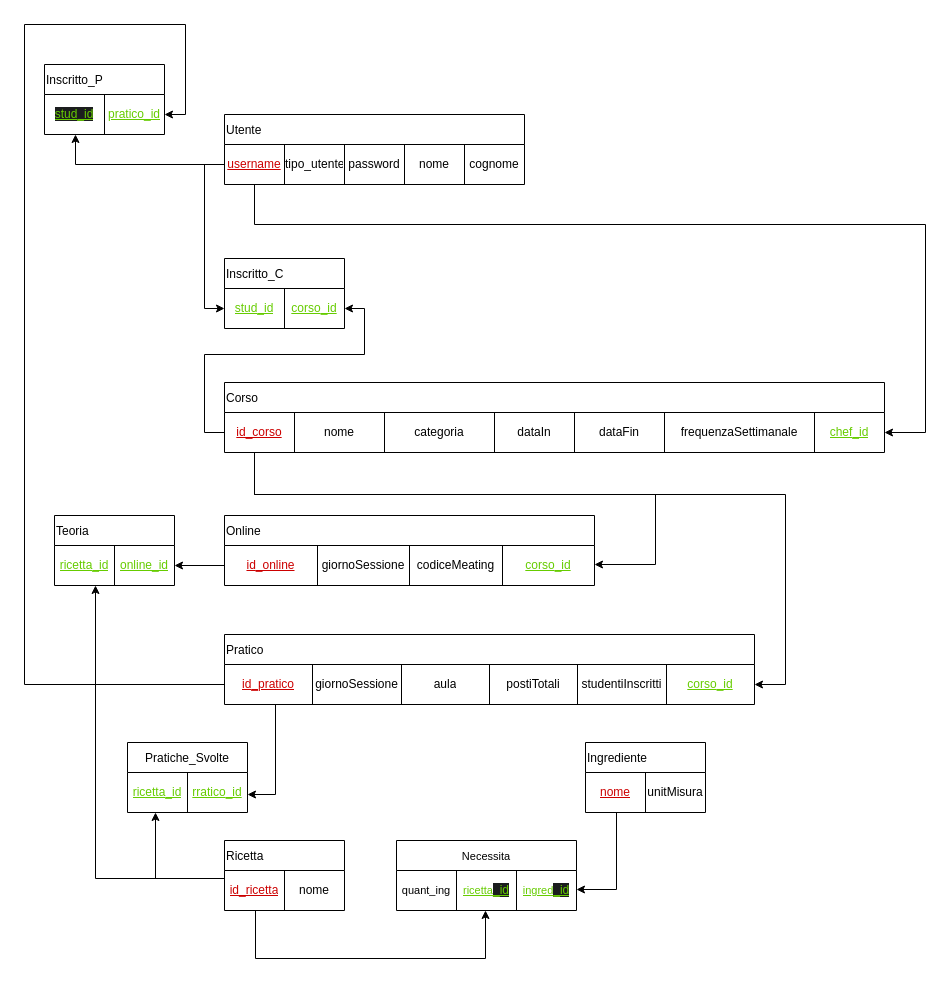
Before: page "Schema logico" (4 of 4) of bdd/uml/UML1.drawio in MetisWastaken/UninaFoodLab, a draw.io diagram. Source tidied: cells renumbered, new cells numbered last; positions are measured from the earlier drawing's top-left corner, leaving out a move shared by most shapes. Both pictures are drawn from the tidied source at 100%, with x=0, y=0 at pixel (24, 24).
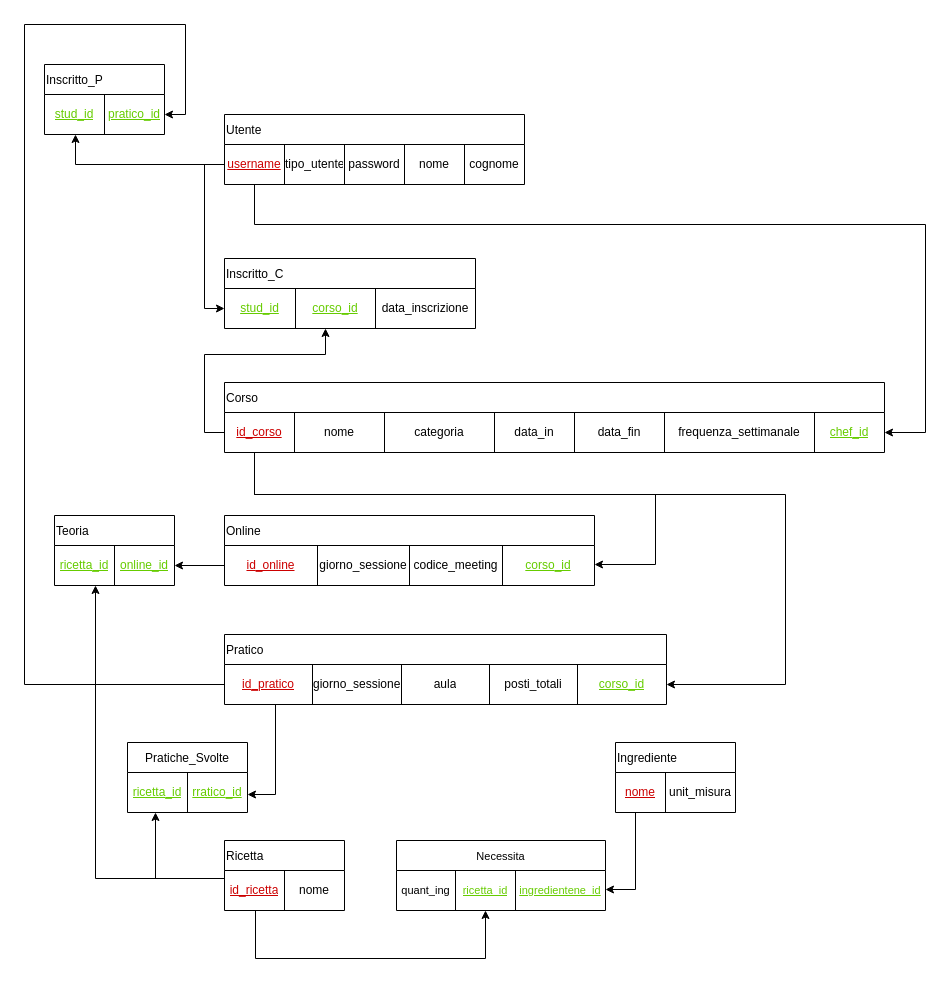
Above is the later version.

The change refers to these unchanged cells:
```xml
<mxCell id="10" style="shape=tableRow;horizontal=0;startSize=0;swimlaneHead=0;swimlaneBody=0;strokeColor=inherit;top=0;left=0;bottom=0;right=0;fillColor=none;points=[[0,0.5],[1,0.5]];portConstraint=eastwest;" parent="9" vertex="1">
  <mxGeometry y="30" width="660" height="40" as="geometry" />
</mxCell>
<mxCell id="23" style="shape=tableRow;horizontal=0;startSize=0;swimlaneHead=0;swimlaneBody=0;strokeColor=inherit;top=0;left=0;bottom=0;right=0;fillColor=none;points=[[0,0.5],[1,0.5]];portConstraint=eastwest;" parent="22" vertex="1">
  <mxGeometry y="30" width="120" height="40" as="geometry" />
</mxCell>
<mxCell id="40" style="shape=tableRow;horizontal=0;startSize=0;swimlaneHead=0;swimlaneBody=0;strokeColor=inherit;top=0;left=0;bottom=0;right=0;fillColor=none;points=[[0,0.5],[1,0.5]];portConstraint=eastwest;" parent="39" vertex="1">
  <mxGeometry y="30" width="370" height="40" as="geometry" />
</mxCell>
<mxCell id="50" style="shape=tableRow;horizontal=0;startSize=0;swimlaneHead=0;swimlaneBody=0;strokeColor=inherit;top=0;left=0;bottom=0;right=0;fillColor=none;points=[[0,0.5],[1,0.5]];portConstraint=eastwest;" parent="49" vertex="1">
  <mxGeometry y="30" width="120" height="40" as="geometry" />
</mxCell>
```

The edit, as a diff of the source:
```diff
@@
-    <mxCell id="14" value="dataIn" style="shape=partialRectangle;html=1;whiteSpace=wrap;strokeColor=inherit;overflow=hidden;fillColor=none;top=0;left=0;bottom=0;right=0;" parent="10" vertex="1">
+    <mxCell id="14" value="data_in" style="shape=partialRectangle;html=1;whiteSpace=wrap;strokeColor=inherit;overflow=hidden;fillColor=none;top=0;left=0;bottom=0;right=0;" parent="10" vertex="1">
       <mxGeometry x="270" width="80" height="40" as="geometry" />
     </mxCell>
-    <mxCell id="15" value="dataFin" style="shape=partialRectangle;html=1;whiteSpace=wrap;strokeColor=inherit;overflow=hidden;fillColor=none;top=0;left=0;bottom=0;right=0;" parent="10" vertex="1">
+    <mxCell id="15" value="data_fin" style="shape=partialRectangle;html=1;whiteSpace=wrap;strokeColor=inherit;overflow=hidden;fillColor=none;top=0;left=0;bottom=0;right=0;" parent="10" vertex="1">
       <mxGeometry x="350" width="90" height="40" as="geometry" />
     </mxCell>
-    <mxCell id="16" value="frequenzaSettimanale" style="shape=partialRectangle;html=1;whiteSpace=wrap;strokeColor=inherit;overflow=hidden;fillColor=none;top=0;left=0;bottom=0;right=0;" parent="10" vertex="1">
+    <mxCell id="16" value="frequenza_settimanale" style="shape=partialRectangle;html=1;whiteSpace=wrap;strokeColor=inherit;overflow=hidden;fillColor=none;top=0;left=0;bottom=0;right=0;" parent="10" vertex="1">
       <mxGeometry x="440" width="150" height="40" as="geometry" />
     </mxCell>
@@
     <mxCell id="18" value="Inscritto_C" style="shape=table;startSize=30;childLayout=tableLayout;align=left;" parent="1" vertex="1">
-      <mxGeometry x="200" y="234" width="120" height="70" as="geometry" />
+      <mxGeometry x="200" y="234" width="251" height="70" as="geometry" />
     </mxCell>
     <mxCell id="19" style="shape=tableRow;horizontal=0;startSize=0;swimlaneHead=0;swimlaneBody=0;strokeColor=inherit;top=0;left=0;bottom=0;right=0;fillColor=none;points=[[0,0.5],[1,0.5]];portConstraint=eastwest;" parent="18" vertex="1">
-      <mxGeometry y="30" width="120" height="40" as="geometry" />
+      <mxGeometry y="30" width="251" height="40" as="geometry" />
     </mxCell>
     <mxCell id="20" value="&lt;font style=&quot;color: rgb(102, 204, 0);&quot;&gt;&lt;u&gt;stud&lt;/u&gt;&lt;/font&gt;&lt;u style=&quot;color: rgb(102, 204, 0);&quot;&gt;_id&lt;/u&gt;" style="shape=partialRectangle;html=1;whiteSpace=wrap;strokeColor=inherit;overflow=hidden;fillColor=none;top=0;left=0;bottom=0;right=0;" parent="19" vertex="1">
-      <mxGeometry width="60" height="40" as="geometry" />
+      <mxGeometry width="71" height="40" as="geometry" />
     </mxCell>
     <mxCell id="21" value="&lt;font style=&quot;color: rgb(102, 204, 0);&quot;&gt;&lt;u&gt;corso&lt;/u&gt;&lt;/font&gt;&lt;u style=&quot;color: rgb(102, 204, 0);&quot;&gt;_id&lt;/u&gt;" style="shape=partialRectangle;html=1;whiteSpace=wrap;strokeColor=inherit;overflow=hidden;fillColor=none;top=0;left=0;bottom=0;right=0;" parent="19" vertex="1">
-      <mxGeometry x="60" width="60" height="40" as="geometry" />
+      <mxGeometry x="71" width="80" height="40" as="geometry" />
     </mxCell>
+    <mxCell id="74" value="data_inscrizione" style="shape=partialRectangle;html=1;whiteSpace=wrap;strokeColor=inherit;overflow=hidden;fillColor=none;top=0;left=0;bottom=0;right=0;" parent="19" vertex="1">
+      <mxGeometry x="151" width="100" height="40" as="geometry" />
+    </mxCell>
@@
-    <mxCell id="24" value="&lt;font style=&quot;color: rgb(102, 204, 0); background-color: rgb(27, 29, 30);&quot;&gt;&lt;u&gt;stud&lt;/u&gt;&lt;/font&gt;&lt;u style=&quot;color: rgb(102, 204, 0); background-color: rgb(27, 29, 30);&quot;&gt;_id&lt;/u&gt;" style="shape=partialRectangle;html=1;whiteSpace=wrap;strokeColor=inherit;overflow=hidden;fillColor=none;top=0;left=0;bottom=0;right=0;" parent="23" vertex="1">
+    <mxCell id="24" value="&lt;font style=&quot;color: rgb(102, 204, 0);&quot;&gt;&lt;u&gt;stud&lt;/u&gt;&lt;/font&gt;&lt;u style=&quot;color: rgb(102, 204, 0);&quot;&gt;_id&lt;/u&gt;" style="shape=partialRectangle;html=1;whiteSpace=wrap;strokeColor=inherit;overflow=hidden;fillColor=none;top=0;left=0;bottom=0;right=0;" parent="23" vertex="1">
       <mxGeometry width="60" height="40" as="geometry" />
     </mxCell>
@@
     <mxCell id="31" value="Pratico" style="shape=table;startSize=30;childLayout=tableLayout;align=left;" parent="1" vertex="1">
-      <mxGeometry x="200" y="610" width="530" height="70" as="geometry" />
+      <mxGeometry x="200" y="610" width="442" height="70" as="geometry" />
     </mxCell>
     <mxCell id="32" style="shape=tableRow;horizontal=0;startSize=0;swimlaneHead=0;swimlaneBody=0;strokeColor=inherit;top=0;left=0;bottom=0;right=0;fillColor=none;points=[[0,0.5],[1,0.5]];portConstraint=eastwest;" parent="31" vertex="1">
-      <mxGeometry y="30" width="530" height="40" as="geometry" />
+      <mxGeometry y="30" width="442" height="40" as="geometry" />
     </mxCell>
@@
-    <mxCell id="34" value="giornoSessione" style="shape=partialRectangle;html=1;whiteSpace=wrap;strokeColor=inherit;overflow=hidden;fillColor=none;top=0;left=0;bottom=0;right=0;" parent="32" vertex="1">
+    <mxCell id="34" value="giorno_sessione" style="shape=partialRectangle;html=1;whiteSpace=wrap;strokeColor=inherit;overflow=hidden;fillColor=none;top=0;left=0;bottom=0;right=0;" parent="32" vertex="1">
       <mxGeometry x="88" width="89" height="40" as="geometry" />
     </mxCell>
@@
-    <mxCell id="36" value="postiTotali" style="shape=partialRectangle;html=1;whiteSpace=wrap;strokeColor=inherit;overflow=hidden;fillColor=none;top=0;left=0;bottom=0;right=0;" parent="32" vertex="1">
+    <mxCell id="36" value="posti_totali" style="shape=partialRectangle;html=1;whiteSpace=wrap;strokeColor=inherit;overflow=hidden;fillColor=none;top=0;left=0;bottom=0;right=0;" parent="32" vertex="1">
       <mxGeometry x="265" width="88" height="40" as="geometry" />
     </mxCell>
-    <mxCell id="37" value="studentiInscritti" style="shape=partialRectangle;html=1;whiteSpace=wrap;strokeColor=inherit;overflow=hidden;fillColor=none;top=0;left=0;bottom=0;right=0;" parent="32" vertex="1">
+    <mxCell id="37" value="&lt;font style=&quot;color: rgb(102, 204, 0);&quot;&gt;&lt;u&gt;corso&lt;/u&gt;&lt;/font&gt;&lt;u style=&quot;color: rgb(102, 204, 0);&quot;&gt;_id&lt;/u&gt;" style="shape=partialRectangle;html=1;whiteSpace=wrap;strokeColor=inherit;overflow=hidden;fillColor=none;top=0;left=0;bottom=0;right=0;" parent="32" vertex="1">
       <mxGeometry x="353" width="89" height="40" as="geometry" />
     </mxCell>
-    <mxCell id="38" value="&lt;font style=&quot;color: rgb(102, 204, 0);&quot;&gt;&lt;u&gt;corso&lt;/u&gt;&lt;/font&gt;&lt;u style=&quot;color: rgb(102, 204, 0);&quot;&gt;_id&lt;/u&gt;" style="shape=partialRectangle;html=1;whiteSpace=wrap;strokeColor=inherit;overflow=hidden;fillColor=none;top=0;left=0;bottom=0;right=0;" parent="32" vertex="1">
-      <mxGeometry x="442" width="88" height="40" as="geometry" />
-    </mxCell>
@@
-    <mxCell id="42" value="giornoSessione" style="shape=partialRectangle;html=1;whiteSpace=wrap;strokeColor=inherit;overflow=hidden;fillColor=none;top=0;left=0;bottom=0;right=0;" parent="40" vertex="1">
+    <mxCell id="42" value="giorno_sessione" style="shape=partialRectangle;html=1;whiteSpace=wrap;strokeColor=inherit;overflow=hidden;fillColor=none;top=0;left=0;bottom=0;right=0;" parent="40" vertex="1">
       <mxGeometry x="93" width="92" height="40" as="geometry" />
     </mxCell>
-    <mxCell id="43" value="codiceMeating" style="shape=partialRectangle;html=1;whiteSpace=wrap;strokeColor=inherit;overflow=hidden;fillColor=none;top=0;left=0;bottom=0;right=0;" parent="40" vertex="1">
+    <mxCell id="43" value="codice_meeting" style="shape=partialRectangle;html=1;whiteSpace=wrap;strokeColor=inherit;overflow=hidden;fillColor=none;top=0;left=0;bottom=0;right=0;" parent="40" vertex="1">
       <mxGeometry x="185" width="93" height="40" as="geometry" />
     </mxCell>
@@
     <mxCell id="49" value="Ingrediente" style="shape=table;startSize=30;childLayout=tableLayout;align=left;" parent="1" vertex="1">
-      <mxGeometry x="561" y="718" width="120" height="70" as="geometry" />
+      <mxGeometry x="591" y="718" width="120" height="70" as="geometry" />
     </mxCell>
@@
     <mxCell id="51" value="&lt;font style=&quot;color: rgb(204, 0, 0);&quot;&gt;&lt;u&gt;nome&lt;/u&gt;&lt;/font&gt;" style="shape=partialRectangle;html=1;whiteSpace=wrap;strokeColor=inherit;overflow=hidden;fillColor=none;top=0;left=0;bottom=0;right=0;" parent="50" vertex="1">
-      <mxGeometry width="60" height="40" as="geometry" />
+      <mxGeometry width="50" height="40" as="geometry" />
     </mxCell>
-    <mxCell id="52" value="unitMisura" style="shape=partialRectangle;html=1;whiteSpace=wrap;strokeColor=inherit;overflow=hidden;fillColor=none;top=0;left=0;bottom=0;right=0;" parent="50" vertex="1">
-      <mxGeometry x="60" width="60" height="40" as="geometry" />
+    <mxCell id="52" value="unit_misura" style="shape=partialRectangle;html=1;whiteSpace=wrap;strokeColor=inherit;overflow=hidden;fillColor=none;top=0;left=0;bottom=0;right=0;" parent="50" vertex="1">
+      <mxGeometry x="50" width="70" height="40" as="geometry" />
     </mxCell>
@@
     <mxCell id="54" style="edgeStyle=orthogonalEdgeStyle;rounded=0;jettySize=auto;html=1;entryX=0;entryY=0.5;entryDx=0;entryDy=0;endArrow=none;endFill=0;startArrow=classic;startFill=1;" parent="1" edge="1" source="19" target="10">
       <mxGeometry relative="1" as="geometry">
         <Array as="points">
-          <mxPoint x="340" y="284" />
-          <mxPoint x="340" y="330" />
+          <mxPoint x="301" y="330" />
           <mxPoint x="180" y="330" />
           <mxPoint x="180" y="408" />
         </Array>
       </mxGeometry>
     </mxCell>
@@
     <mxCell id="62" value="Necessita" style="shape=table;startSize=30;childLayout=tableLayout;fontFamily=Helvetica;fontSize=11;fontColor=default;labelBackgroundColor=default;" parent="1" vertex="1">
-      <mxGeometry x="372" y="816" width="180" height="70" as="geometry" />
+      <mxGeometry x="372" y="816" width="209" height="70" as="geometry" />
     </mxCell>
     <mxCell id="63" style="shape=tableRow;horizontal=0;startSize=0;swimlaneHead=0;swimlaneBody=0;strokeColor=inherit;top=0;left=0;bottom=0;right=0;fillColor=none;points=[[0,0.5],[1,0.5]];portConstraint=eastwest;fontFamily=Helvetica;fontSize=11;fontColor=default;labelBackgroundColor=default;" parent="62" vertex="1">
-      <mxGeometry y="30" width="180" height="40" as="geometry" />
+      <mxGeometry y="30" width="209" height="40" as="geometry" />
     </mxCell>
     <mxCell id="64" value="quant_ing" style="shape=partialRectangle;html=1;whiteSpace=wrap;strokeColor=inherit;overflow=hidden;fillColor=none;top=0;left=0;bottom=0;right=0;fontFamily=Helvetica;fontSize=11;fontColor=default;labelBackgroundColor=default;" parent="63" vertex="1">
-      <mxGeometry width="60" height="40" as="geometry" />
+      <mxGeometry width="59" height="40" as="geometry" />
     </mxCell>
-    <mxCell id="65" value="&lt;font style=&quot;color: rgb(102, 204, 0);&quot;&gt;&lt;u&gt;ricetta&lt;/u&gt;&lt;/font&gt;&lt;u style=&quot;font-size: 12px; background-color: rgb(27, 29, 30); color: rgb(102, 204, 0);&quot;&gt;_id&lt;/u&gt;" style="shape=partialRectangle;html=1;whiteSpace=wrap;strokeColor=inherit;overflow=hidden;fillColor=none;top=0;left=0;bottom=0;right=0;fontFamily=Helvetica;fontSize=11;fontColor=default;labelBackgroundColor=default;" parent="63" vertex="1">
-      <mxGeometry x="60" width="60" height="40" as="geometry" />
+    <mxCell id="65" value="&lt;font color=&quot;#66cc00&quot;&gt;&lt;u&gt;ricetta_id&lt;/u&gt;&lt;/font&gt;" style="shape=partialRectangle;html=1;whiteSpace=wrap;strokeColor=inherit;overflow=hidden;fillColor=none;top=0;left=0;bottom=0;right=0;fontFamily=Helvetica;fontSize=11;fontColor=default;labelBackgroundColor=default;" parent="63" vertex="1">
+      <mxGeometry x="59" width="60" height="40" as="geometry" />
     </mxCell>
-    <mxCell id="66" value="&lt;font style=&quot;color: rgb(102, 204, 0);&quot;&gt;&lt;u&gt;ingred&lt;/u&gt;&lt;/font&gt;&lt;u style=&quot;font-size: 12px; background-color: rgb(27, 29, 30); color: rgb(102, 204, 0);&quot;&gt;_id&lt;/u&gt;" style="shape=partialRectangle;html=1;whiteSpace=wrap;strokeColor=inherit;overflow=hidden;fillColor=none;top=0;left=0;bottom=0;right=0;fontFamily=Helvetica;fontSize=11;fontColor=default;labelBackgroundColor=default;" parent="63" vertex="1">
-      <mxGeometry x="120" width="60" height="40" as="geometry" />
+    <mxCell id="66" value="&lt;font color=&quot;#66cc00&quot;&gt;&lt;u&gt;ingredientene_id&lt;/u&gt;&lt;/font&gt;" style="shape=partialRectangle;html=1;whiteSpace=wrap;strokeColor=inherit;overflow=hidden;fillColor=none;top=0;left=0;bottom=0;right=0;fontFamily=Helvetica;fontSize=11;fontColor=default;labelBackgroundColor=default;" parent="63" vertex="1">
+      <mxGeometry x="119" width="90" height="40" as="geometry" />
     </mxCell>
     <mxCell id="67" style="edgeStyle=orthogonalEdgeStyle;shape=connector;rounded=0;jettySize=auto;html=1;strokeColor=default;align=center;verticalAlign=middle;fontFamily=Helvetica;fontSize=11;fontColor=default;labelBackgroundColor=default;endArrow=classic;" parent="1" edge="1" source="50" target="63">
       <mxGeometry relative="1" as="geometry">
         <Array as="points">
-          <mxPoint x="592" y="865" />
+          <mxPoint x="611" y="865" />
         </Array>
       </mxGeometry>
     </mxCell>
```
